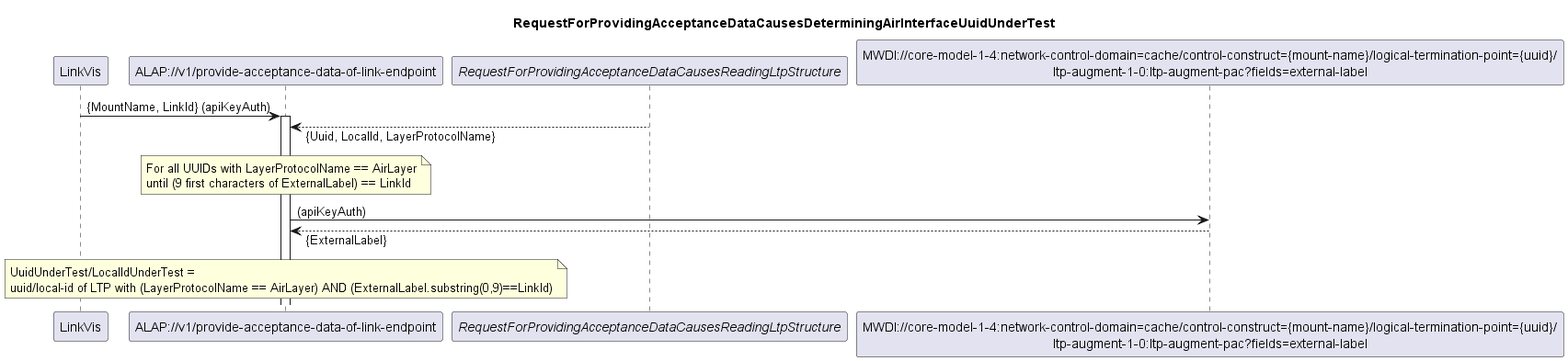
Earlier version of the PlantUML export spec/diagrams/ProvideAcceptanceDataOfLinkEndpoint/101_DeterminingAirInterfaceUnderTest.png (openBackhaul/AccessPlanningToolProxy). Source of this version:
```plantuml
@startuml 101_DeterminingAirInterfaceUnderTest
skinparam responseMessageBelowArrow true

title
RequestForProvidingAcceptanceDataCausesDeterminingAirInterfaceUuidUnderTest
end title

participant "LinkVis" as LinkVis
participant "ALAP://v1/provide-acceptance-data-of-link-endpoint" as ALAP
participant "<i>RequestForProvidingAcceptanceDataCausesReadingLtpStructure</i>" as LTPs
participant "MWDI://core-model-1-4:network-control-domain=cache/control-construct={mount-name}/logical-termination-point={uuid}/\nltp-augment-1-0:ltp-augment-pac?fields=external-label" as ExternalLabel

LinkVis -> ALAP: {MountName, LinkId} (apiKeyAuth)
activate ALAP

LTPs --> ALAP: {Uuid, LocalId, LayerProtocolName}

note over ALAP
For all UUIDs with LayerProtocolName == AirLayer
until (9 first characters of ExternalLabel) == LinkId
end note

ALAP -> ExternalLabel: (apiKeyAuth)
ExternalLabel --> ALAP: {ExternalLabel}

note over ALAP
UuidUnderTest/LocalIdUnderTest =
uuid/local-id of LTP with (LayerProtocolName == AirLayer) AND (ExternalLabel.substring(0,9)==LinkId)
end note

@enduml
```
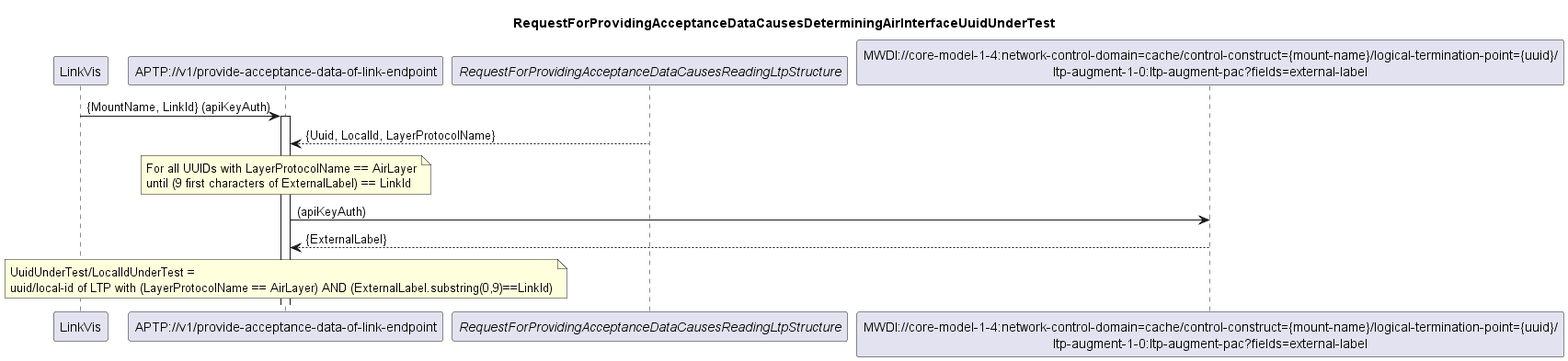
After the change.

Change to the diagram source:
```diff
@@ -6,24 +6,24 @@
 end title
 
 participant "LinkVis" as LinkVis
-participant "ALAP://v1/provide-acceptance-data-of-link-endpoint" as ALAP
+participant "APTP://v1/provide-acceptance-data-of-link-endpoint" as APTP
 participant "<i>RequestForProvidingAcceptanceDataCausesReadingLtpStructure</i>" as LTPs
 participant "MWDI://core-model-1-4:network-control-domain=cache/control-construct={mount-name}/logical-termination-point={uuid}/\nltp-augment-1-0:ltp-augment-pac?fields=external-label" as ExternalLabel
 
-LinkVis -> ALAP: {MountName, LinkId} (apiKeyAuth)
-activate ALAP
+LinkVis -> APTP: {MountName, LinkId} (apiKeyAuth)
+activate APTP
 
-LTPs --> ALAP: {Uuid, LocalId, LayerProtocolName}
+LTPs --> APTP: {Uuid, LocalId, LayerProtocolName}
 
-note over ALAP
+note over APTP
 For all UUIDs with LayerProtocolName == AirLayer
 until (9 first characters of ExternalLabel) == LinkId
 end note
 
-ALAP -> ExternalLabel: (apiKeyAuth)
-ExternalLabel --> ALAP: {ExternalLabel}
+APTP -> ExternalLabel: (apiKeyAuth)
+ExternalLabel --> APTP: {ExternalLabel}
 
-note over ALAP
+note over APTP
 UuidUnderTest/LocalIdUnderTest =
 uuid/local-id of LTP with (LayerProtocolName == AirLayer) AND (ExternalLabel.substring(0,9)==LinkId)
 end note
```
